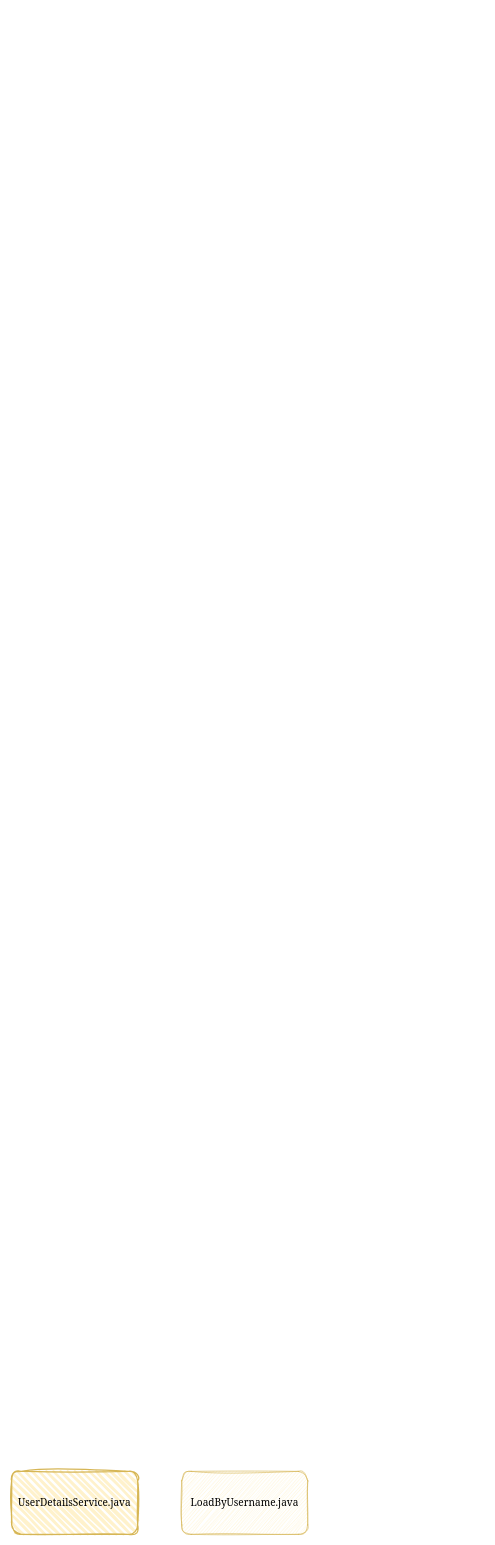
Above: draw/test.drawio in SihangXie/diagrams-app (draw.io), before the change. Source tidied: cells renumbered, new cells numbered last; positions are measured from the earlier drawing's top-left corner, leaving out a move shared by most shapes. Both pictures are drawn from the tidied source at 63%, with x=0, y=0 at pixel (11, 1471).
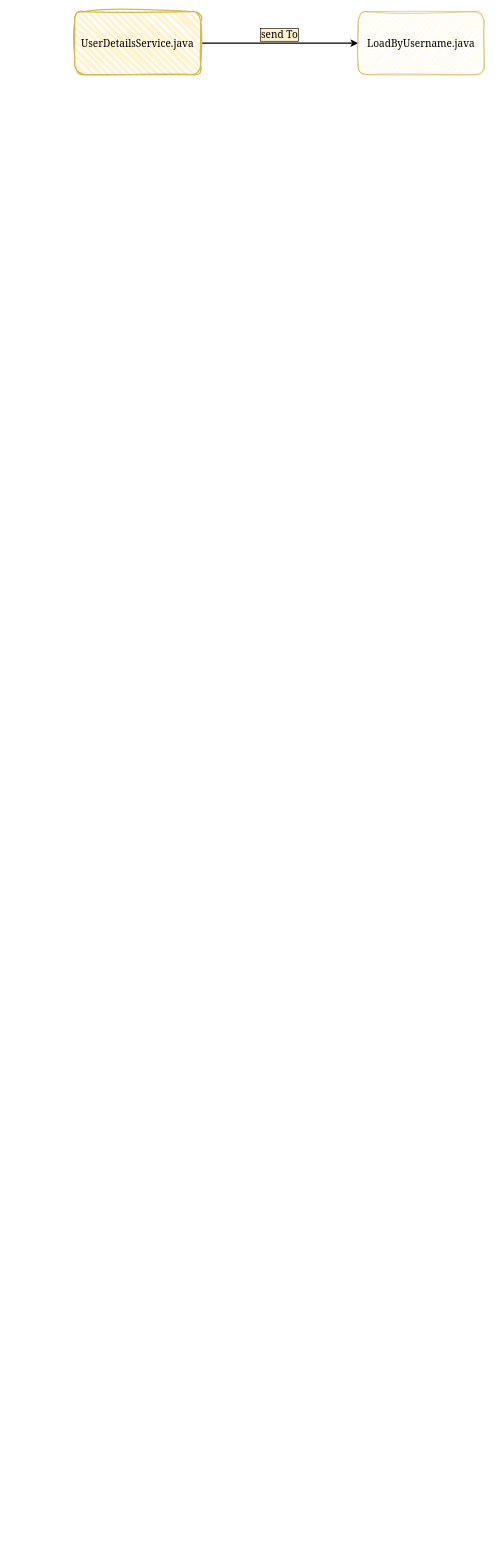
After the change.

Diff of the diagram source:
```diff
@@
 <mxGraphModel>
   <root>
     <mxCell id="0" />
     <mxCell id="1" parent="0" />
+    <mxCell id="4" value="send To" style="rounded=0;jettySize=auto;html=1;strokeColor=#000000;strokeWidth=2;fontFamily=Georgia;fontSize=16;startArrow=none;startFill=0;exitX=1;exitY=0.5;exitDx=0;exitDy=0;labelPosition=center;verticalLabelPosition=top;align=center;verticalAlign=bottom;fontStyle=0;shadow=0;labelBorderColor=default;labelBackgroundColor=#FFF2CC;" parent="1" edge="1" source="2" target="3">
+      <mxGeometry relative="1" as="geometry" />
+    </mxCell>
     <mxCell id="2" value="&lt;font style=&quot;font-size: 16px;&quot; face=&quot;Georgia&quot;&gt;UserDetailsService.java&lt;/font&gt;" style="rounded=1;whiteSpace=wrap;html=1;strokeWidth=2;fillWeight=4;hachureGap=8;hachureAngle=45;fillColor=#fff2cc;strokeColor=#d6b656;sketch=1;curveFitting=1;jiggle=2;" parent="1" vertex="1">
-      <mxGeometry width="200" height="100" as="geometry" />
+      <mxGeometry x="100" y="-2317" width="200" height="100" as="geometry" />
     </mxCell>
     <mxCell id="3" value="LoadByUsername.java" style="rounded=1;whiteSpace=wrap;html=1;fontFamily=Georgia;fontSize=16;fillColor=#fff2cc;strokeColor=#d6b656;glass=0;shadow=0;gradientColor=none;sketch=1;curveFitting=1;jiggle=2;" parent="1" vertex="1">
-      <mxGeometry x="270" width="200" height="100" as="geometry" />
+      <mxGeometry x="550" y="-2317" width="200" height="100" as="geometry" />
     </mxCell>
   </root>
 </mxGraphModel>
```
